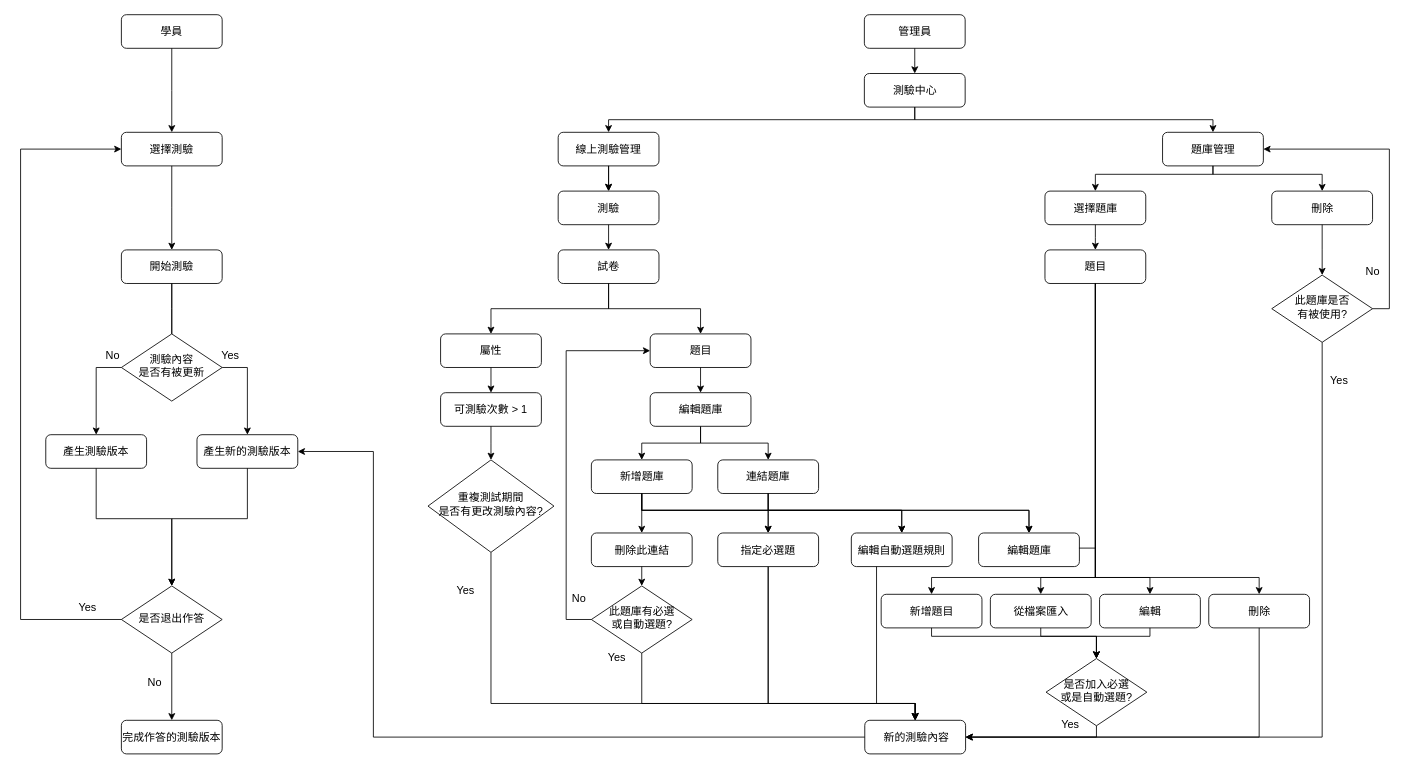
The draw.io diagram page "第3頁" (3 of 4) of 未命名圖表.drawio in zs6184/test, before the edit. Source tidied: cells renumbered, new cells numbered last; positions are measured from the earlier drawing's top-left corner, leaving out a move shared by most shapes. Both pictures are drawn from the tidied source at 84%, with x=0, y=0 at pixel (20, 14).
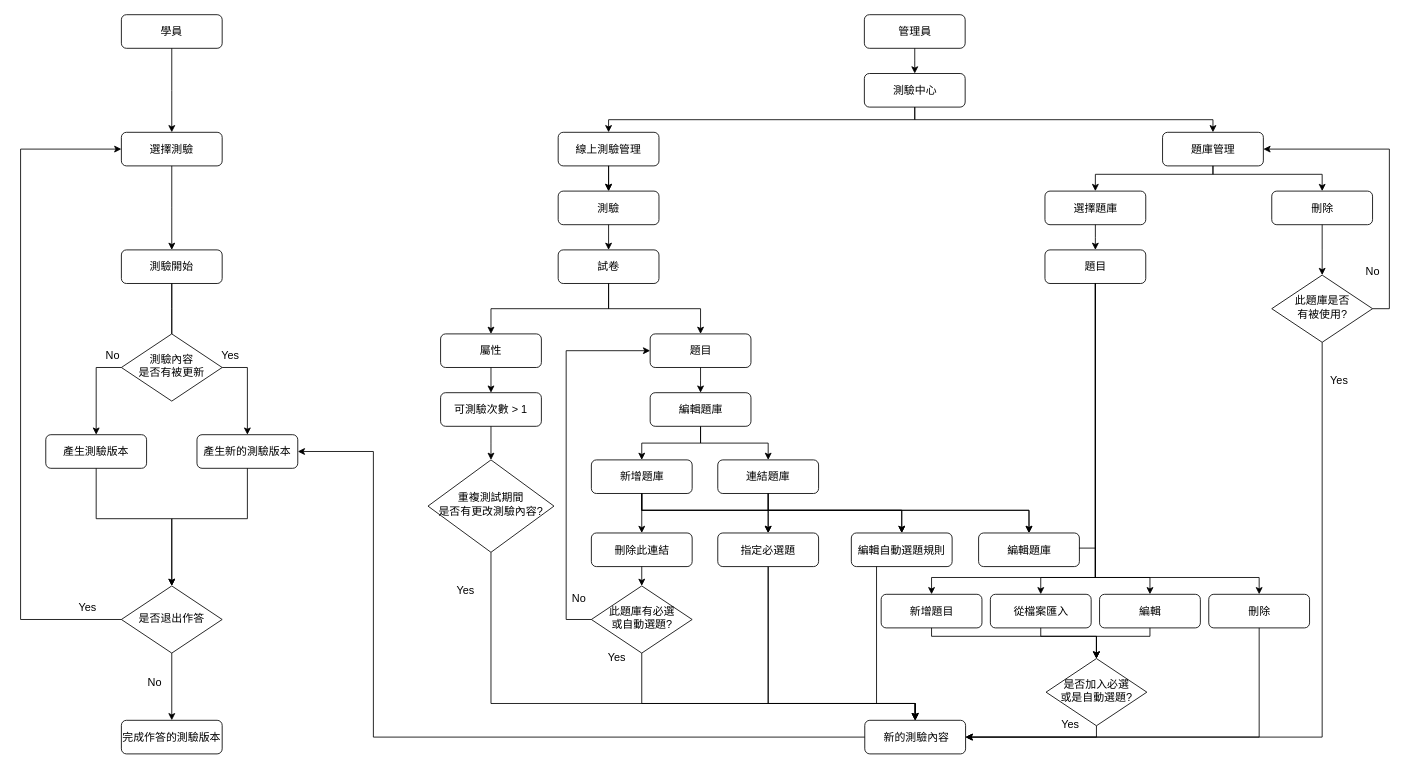
After the change.

Commit message:
完整問卷流程圖.drawio

Change to the diagram source:
```diff
@@
-    <mxCell id="81" value="開始測驗" style="rounded=1;whiteSpace=wrap;html=1;fontSize=13;" parent="1" vertex="1">
+    <mxCell id="81" value="測驗開始" style="rounded=1;whiteSpace=wrap;html=1;fontSize=13;" parent="1" vertex="1">
       <mxGeometry x="120" y="280" width="120" height="40" as="geometry" />
     </mxCell>
```
